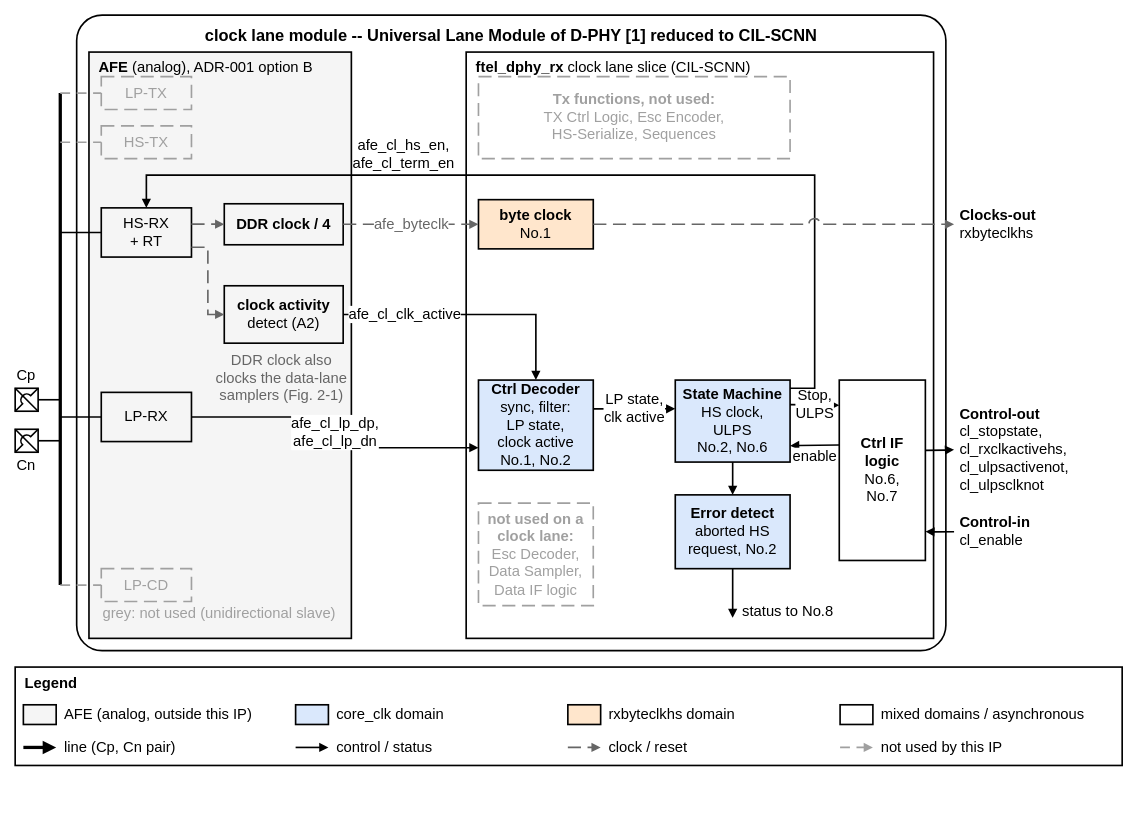
This is 22fdx/rx/digital/hw/rtl/ip/ftel_dphy_rx/doc/figures/ftel_dphy_rx_ulm_clock.drawio from ftel-cdc/fu3_dphy, a draw.io file, before an edit. Source tidied: cells renumbered, new cells numbered last; positions are measured from the earlier drawing's top-left corner, leaving out a move shared by most shapes. Both pictures are drawn from the tidied source at 82%, with x=0, y=0 at pixel (15, 15).
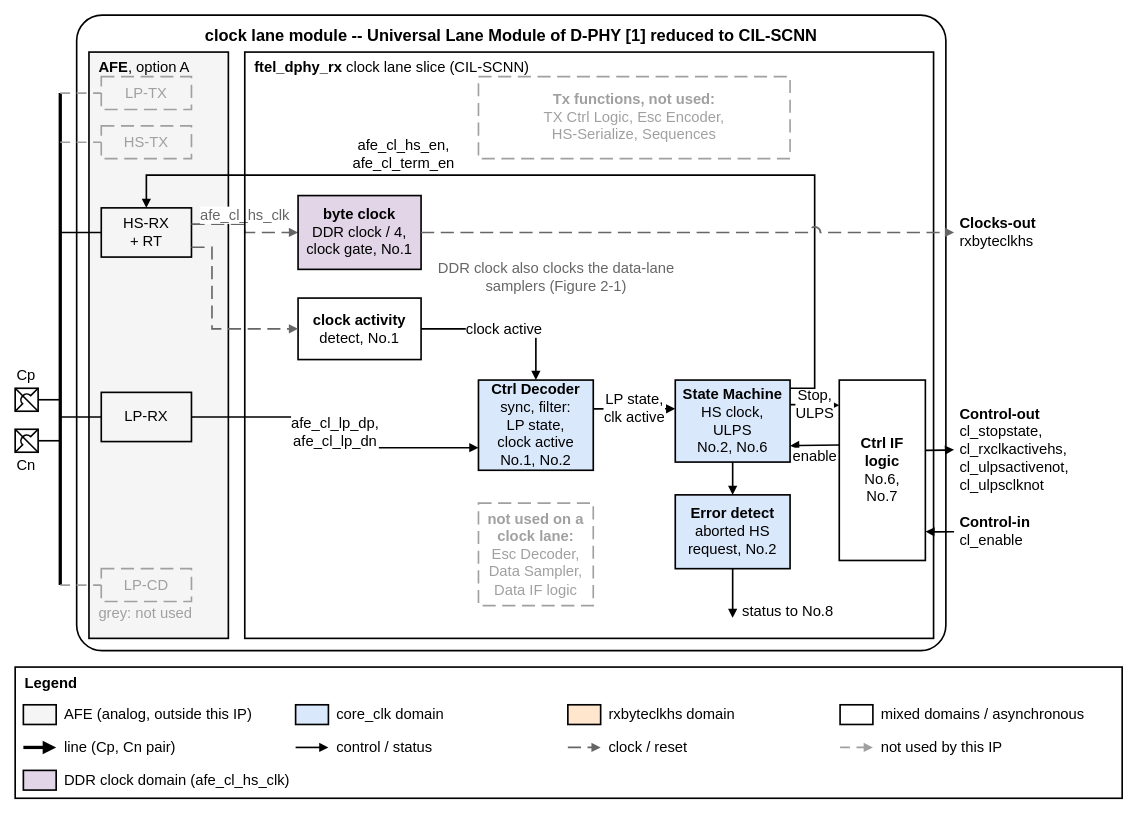
Above is the later version.

The change refers to these unchanged cells:
```xml
<mxCell id="19" value="HS-RX&lt;br&gt;+ RT" style="rounded=0;whiteSpace=wrap;html=1;fontSize=18;strokeWidth=2;fillColor=#F5F5F5;align=center;verticalAlign=middle;spacing=4;" parent="1" vertex="1">
  <mxGeometry x="105" y="235" width="110" height="60" as="geometry" />
</mxCell>
<mxCell id="34" value="&lt;b&gt;Ctrl Decoder&lt;/b&gt;&lt;br&gt;sync, filter:&lt;br&gt;LP state,&lt;br&gt;clock active&lt;br&gt;No.1, No.2" style="rounded=0;whiteSpace=wrap;html=1;fontSize=18;strokeWidth=2;fillColor=#DAE8FC;align=center;verticalAlign=middle;spacing=4;" parent="1" vertex="1">
  <mxGeometry x="565" y="445" width="140" height="110" as="geometry" />
</mxCell>
```

What changed in the source:
```diff
@@
-    <mxCell id="14" value="&lt;b&gt;AFE&lt;/b&gt; (analog), ADR-001 option B" style="rounded=0;whiteSpace=wrap;html=1;fontSize=18;strokeWidth=2;fillColor=#F5F5F5;verticalAlign=top;align=left;spacingLeft=10;spacingTop=2;" parent="1" vertex="1">
-      <mxGeometry x="90" y="45" width="320" height="715" as="geometry" />
+    <mxCell id="14" value="&lt;b&gt;AFE&lt;/b&gt;, option A" style="rounded=0;whiteSpace=wrap;html=1;fontSize=18;strokeWidth=2;fillColor=#F5F5F5;verticalAlign=top;align=left;spacingLeft=10;spacingTop=2;" parent="1" vertex="1">
+      <mxGeometry x="90" y="45" width="170" height="715" as="geometry" />
     </mxCell>
@@
-    <mxCell id="25" value="grey: not used (unidirectional slave)" style="text;html=1;whiteSpace=wrap;fontSize=18;align=left;verticalAlign=middle;strokeColor=none;fillColor=none;spacing=2;fontColor=#A0A0A0;" parent="1" vertex="1">
-      <mxGeometry x="105" y="715" width="300" height="30" as="geometry" />
+    <mxCell id="25" value="grey: not used" style="text;html=1;whiteSpace=wrap;fontSize=18;align=left;verticalAlign=middle;strokeColor=none;fillColor=none;spacing=2;fontColor=#A0A0A0;" parent="1" vertex="1">
+      <mxGeometry x="100" y="715" width="155" height="30" as="geometry" />
     </mxCell>
-    <mxCell id="26" value="&lt;b&gt;DDR clock / 4&lt;/b&gt;" style="rounded=0;whiteSpace=wrap;html=1;fontSize=18;strokeWidth=2;fillColor=#F5F5F5;align=center;verticalAlign=middle;spacing=4;" parent="1" vertex="1">
-      <mxGeometry x="255" y="230" width="145" height="50" as="geometry" />
-    </mxCell>
-    <mxCell id="27" style="endArrow=block;endFill=1;html=1;fontSize=18;edgeStyle=orthogonalEdgeStyle;rounded=0;jumpStyle=arc;jumpSize=12;labelBackgroundColor=#FFFFFF;strokeWidth=2;dashed=1;dashPattern=8 4;strokeColor=#666666;fontColor=#666666;exitX=1;exitY=0.33;exitDx=0;exitDy=0;entryX=0;entryY=0.5;entryDx=0;entryDy=0;" parent="1" edge="1" source="19" target="26">
-      <mxGeometry relative="1" as="geometry" />
+    <mxCell id="27" value="afe_cl_hs_clk" style="endArrow=block;endFill=1;html=1;fontSize=18;edgeStyle=orthogonalEdgeStyle;rounded=0;jumpStyle=arc;jumpSize=12;labelBackgroundColor=#FFFFFF;strokeWidth=2;dashed=1;dashPattern=8 4;strokeColor=#666666;fontColor=#666666;exitX=1;exitY=0.33;exitDx=0;exitDy=0;entryX=0;entryY=0.5;entryDx=0;entryDy=0;" parent="1" edge="1" source="19" target="33">
+      <mxGeometry relative="1" as="geometry">
+        <mxPoint y="-16" as="offset" />
+      </mxGeometry>
     </mxCell>
-    <mxCell id="28" value="&lt;b&gt;clock activity&lt;/b&gt;&lt;br&gt;detect (A2)" style="rounded=0;whiteSpace=wrap;html=1;fontSize=18;strokeWidth=2;fillColor=#F5F5F5;align=center;verticalAlign=middle;spacing=4;" parent="1" vertex="1">
-      <mxGeometry x="255" y="330" width="145" height="70" as="geometry" />
+    <mxCell id="28" value="&lt;b&gt;clock activity&lt;/b&gt;&lt;br&gt;detect, No.1" style="rounded=0;whiteSpace=wrap;html=1;fontSize=18;strokeWidth=2;align=center;verticalAlign=middle;spacing=4;fillColor=#FFFFFF;" parent="1" vertex="1">
+      <mxGeometry x="345" y="345" width="150" height="75" as="geometry" />
     </mxCell>
     <mxCell id="29" style="endArrow=block;endFill=1;html=1;fontSize=18;edgeStyle=orthogonalEdgeStyle;rounded=0;jumpStyle=arc;jumpSize=12;labelBackgroundColor=#FFFFFF;strokeWidth=2;dashed=1;dashPattern=8 4;strokeColor=#666666;fontColor=#666666;exitX=1;exitY=0.8;exitDx=0;exitDy=0;entryX=0;entryY=0.5;entryDx=0;entryDy=0;" parent="1" edge="1" source="19" target="28">
       <mxGeometry relative="1" as="geometry">
         <Array as="points">
-          <mxPoint x="235" y="283" />
-          <mxPoint x="235" y="365" />
+          <mxPoint x="240" y="283" />
+          <mxPoint x="240" y="382" />
         </Array>
       </mxGeometry>
     </mxCell>
-    <mxCell id="30" value="DDR clock also&lt;br&gt;clocks the data-lane&lt;br&gt;samplers (Fig. 2-1)" style="text;html=1;whiteSpace=wrap;fontSize=18;align=center;verticalAlign=middle;strokeColor=none;fillColor=none;spacing=2;fontColor=#666666;" parent="1" vertex="1">
-      <mxGeometry x="240" y="405" width="170" height="75" as="geometry" />
+    <mxCell id="30" value="DDR clock also clocks the data-lane samplers (Figure 2-1)" style="text;html=1;whiteSpace=wrap;fontSize=18;align=center;verticalAlign=middle;strokeColor=none;fillColor=none;spacing=2;fontColor=#666666;" parent="1" vertex="1">
+      <mxGeometry x="510" y="290" width="300" height="60" as="geometry" />
     </mxCell>
     <mxCell id="31" value="&lt;b&gt;ftel_dphy_rx&lt;/b&gt; clock lane slice (CIL-SCNN)" style="rounded=0;whiteSpace=wrap;html=1;fontSize=18;strokeWidth=2;fillColor=none;verticalAlign=top;align=left;spacingLeft=10;spacingTop=2;" parent="1" vertex="1">
-      <mxGeometry x="550" y="45" width="570" height="715" as="geometry" />
+      <mxGeometry x="280" y="45" width="840" height="715" as="geometry" />
     </mxCell>
@@
-    <mxCell id="33" value="&lt;b&gt;byte clock&lt;/b&gt;&lt;br&gt;No.1" style="rounded=0;whiteSpace=wrap;html=1;fontSize=18;strokeWidth=2;fillColor=#FFE6CC;align=center;verticalAlign=middle;spacing=4;" parent="1" vertex="1">
-      <mxGeometry x="565" y="225" width="140" height="60" as="geometry" />
+    <mxCell id="33" value="&lt;b&gt;byte clock&lt;/b&gt;&lt;br&gt;DDR clock / 4,&lt;br&gt;clock gate, No.1" style="rounded=0;whiteSpace=wrap;html=1;fontSize=18;strokeWidth=2;align=center;verticalAlign=middle;spacing=4;fillColor=#E1D5E7;" parent="1" vertex="1">
+      <mxGeometry x="345" y="220" width="150" height="90" as="geometry" />
     </mxCell>
@@
-    <mxCell id="39" value="afe_byteclk" style="endArrow=block;endFill=1;html=1;fontSize=18;edgeStyle=orthogonalEdgeStyle;rounded=0;jumpStyle=arc;jumpSize=12;labelBackgroundColor=#FFFFFF;strokeWidth=2;dashed=1;dashPattern=8 4;strokeColor=#666666;fontColor=#666666;exitX=1;exitY=0.5;exitDx=0;exitDy=0;entryX=0;entryY=0.5;entryDx=0;entryDy=0;" parent="1" edge="1" source="26" target="33">
-      <mxGeometry relative="1" as="geometry" />
-    </mxCell>
-    <mxCell id="40" value="afe_cl_clk_active" style="endArrow=block;endFill=1;html=1;fontSize=18;edgeStyle=orthogonalEdgeStyle;rounded=0;jumpStyle=arc;jumpSize=12;labelBackgroundColor=#FFFFFF;strokeWidth=2;exitX=1;exitY=0.5;exitDx=0;exitDy=0;entryX=0.5;entryY=0;entryDx=0;entryDy=0;" parent="1" edge="1" source="28" target="34">
+    <mxCell id="40" value="clock active" style="endArrow=block;endFill=1;html=1;fontSize=18;edgeStyle=orthogonalEdgeStyle;rounded=0;jumpStyle=arc;jumpSize=12;labelBackgroundColor=#FFFFFF;strokeWidth=2;exitX=1;exitY=0.5;exitDx=0;exitDy=0;entryX=0.5;entryY=0;entryDx=0;entryDy=0;" parent="1" edge="1" source="28" target="34">
       <mxGeometry relative="1" as="geometry">
         <Array as="points">
-          <mxPoint x="635" y="365" />
+          <mxPoint x="635" y="382" />
         </Array>
-        <mxPoint x="-83" as="offset" />
       </mxGeometry>
     </mxCell>
@@
     <mxCell id="50" value="&lt;b&gt;Clocks-out&lt;/b&gt;&lt;br&gt;rxbyteclkhs" style="text;html=1;whiteSpace=wrap;fontSize=18;align=left;verticalAlign=middle;strokeColor=none;fillColor=none;spacing=2;" parent="1" vertex="1">
-      <mxGeometry x="1150" y="230" width="200" height="50" as="geometry" />
+      <mxGeometry x="1150" y="240" width="200" height="50" as="geometry" />
     </mxCell>
     <mxCell id="51" style="endArrow=block;endFill=1;html=1;fontSize=18;edgeStyle=orthogonalEdgeStyle;rounded=0;jumpStyle=arc;jumpSize=12;labelBackgroundColor=#FFFFFF;strokeWidth=2;dashed=1;dashPattern=8 4;strokeColor=#666666;fontColor=#666666;exitX=1;exitY=0.5;exitDx=0;exitDy=0;" parent="1" edge="1" source="33">
       <mxGeometry relative="1" as="geometry">
-        <mxPoint x="1145" y="255" as="targetPoint" />
+        <mxPoint x="1145" y="265" as="targetPoint" />
       </mxGeometry>
     </mxCell>
@@
     <mxCell id="56" style="rounded=0;whiteSpace=wrap;html=1;fontSize=18;strokeWidth=2;fillColor=none;align=center;verticalAlign=middle;spacing=4;" parent="1" vertex="1">
-      <mxGeometry y="795" width="1350" height="120" as="geometry" />
+      <mxGeometry y="795" width="1350" height="160" as="geometry" />
     </mxCell>
+    <mxCell id="74" style="rounded=0;whiteSpace=wrap;html=1;fontSize=18;strokeWidth=2;fillColor=#E1D5E7;align=center;verticalAlign=middle;spacing=4;" parent="1" vertex="1">
+      <mxGeometry x="10" y="921" width="40" height="24" as="geometry" />
+    </mxCell>
+    <mxCell id="75" value="DDR clock domain (afe_cl_hs_clk)" style="text;html=1;whiteSpace=wrap;fontSize=18;align=left;verticalAlign=middle;strokeColor=none;fillColor=none;spacing=2;" parent="1" vertex="1">
+      <mxGeometry x="58" y="915" width="600" height="36" as="geometry" />
+    </mxCell>
```
